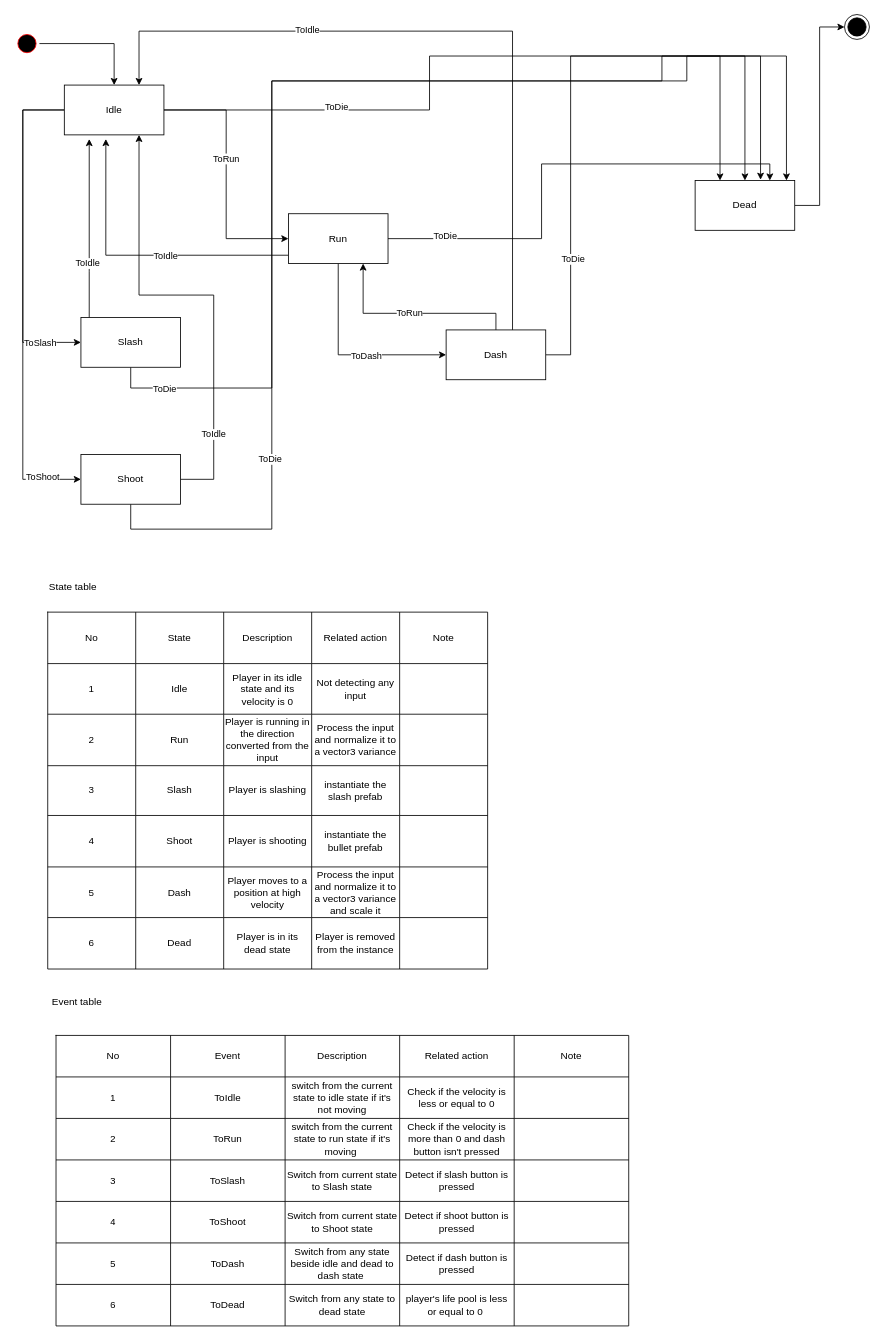
The draw.io diagram Documents/Player.drawio in asdqwe02/Project-NDC, before the edit. Source tidied: cells renumbered, new cells numbered last; positions are measured from the earlier drawing's top-left corner, leaving out a move shared by most shapes. Both pictures are drawn from the tidied source at 83%, with x=0, y=0 at pixel (14, 14).
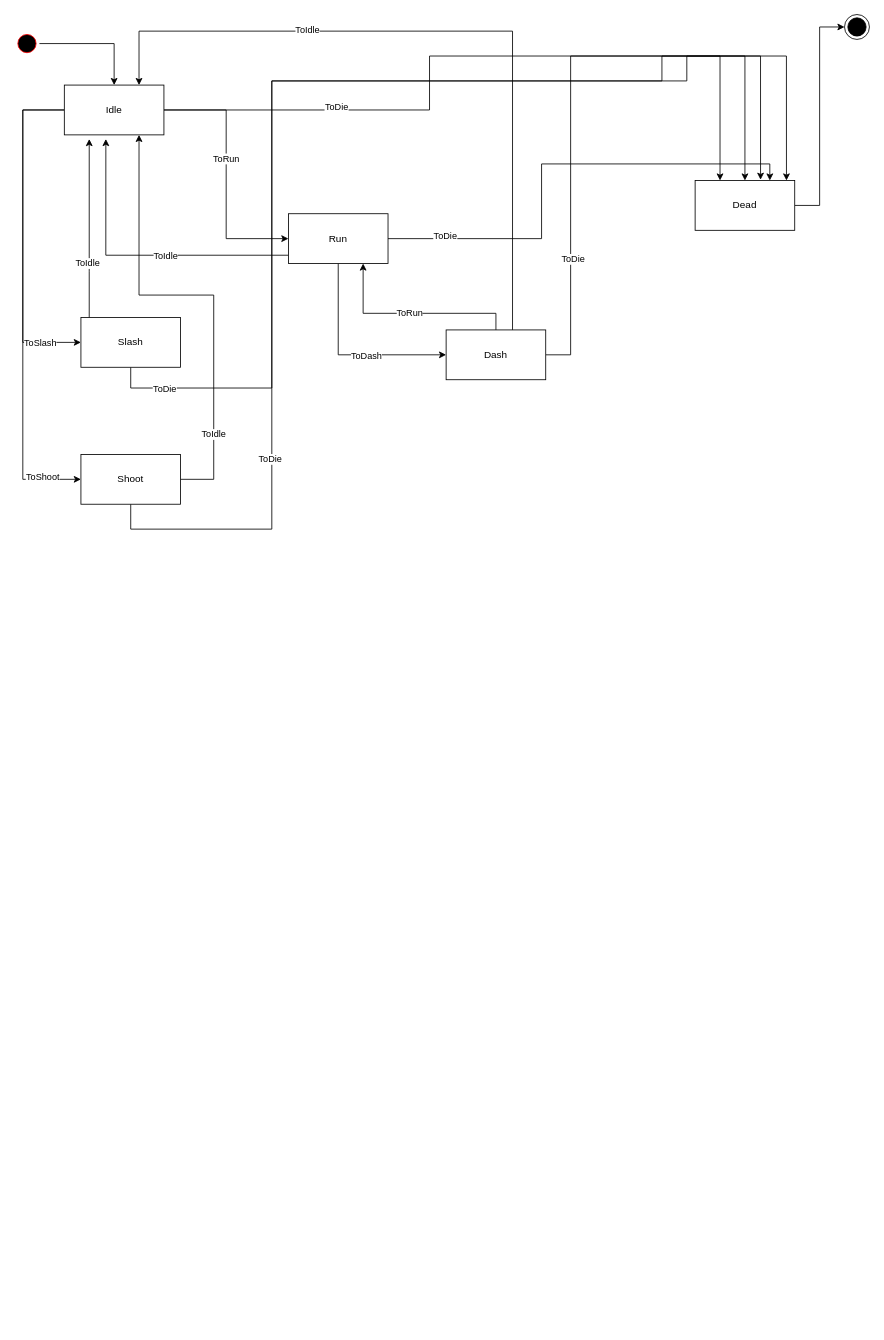
After the change.

What changed in the source:
```diff
@@
-    <mxCell id="40" style="shape=table;startSize=0;childLayout=tableLayout;" parent="1" vertex="1">
-      <mxGeometry x="40" y="720" width="530" height="430" as="geometry" />
-    </mxCell>
-    <mxCell id="41" style="shape=partialRectangle;fillColor=none;top=0;left=0;bottom=0;right=0;" parent="40" vertex="1">
-      <mxGeometry width="530" height="62" as="geometry" />
-    </mxCell>
-    <mxCell id="42" value="No" style="shape=partialRectangle;html=1;whiteSpace=wrap;overflow=hidden;fillColor=none;top=0;left=0;bottom=0;right=0;" parent="41" vertex="1">
-      <mxGeometry width="106" height="62" as="geometry" />
-    </mxCell>
-    <mxCell id="43" value="State" style="shape=partialRectangle;html=1;whiteSpace=wrap;overflow=hidden;fillColor=none;top=0;left=0;bottom=0;right=0;" parent="41" vertex="1">
-      <mxGeometry x="106" width="106" height="62" as="geometry" />
-    </mxCell>
-    <mxCell id="44" value="Description" style="shape=partialRectangle;html=1;whiteSpace=wrap;overflow=hidden;fillColor=none;top=0;left=0;bottom=0;right=0;" parent="41" vertex="1">
-      <mxGeometry x="212" width="106" height="62" as="geometry" />
-    </mxCell>
-    <mxCell id="45" value="Related action" style="shape=partialRectangle;html=1;whiteSpace=wrap;overflow=hidden;fillColor=none;top=0;left=0;bottom=0;right=0;" parent="41" vertex="1">
-      <mxGeometry x="318" width="106" height="62" as="geometry" />
-    </mxCell>
-    <mxCell id="46" value="Note" style="shape=partialRectangle;html=1;whiteSpace=wrap;overflow=hidden;fillColor=none;top=0;left=0;bottom=0;right=0;" parent="41" vertex="1">
-      <mxGeometry x="424" width="106" height="62" as="geometry" />
-    </mxCell>
-    <mxCell id="47" style="shape=partialRectangle;fillColor=none;top=0;left=0;bottom=0;right=0;" parent="40" vertex="1">
-      <mxGeometry y="62" width="530" height="61" as="geometry" />
-    </mxCell>
-    <mxCell id="48" value="1" style="shape=partialRectangle;html=1;whiteSpace=wrap;overflow=hidden;fillColor=none;top=0;left=0;bottom=0;right=0;" parent="47" vertex="1">
-      <mxGeometry width="106" height="61" as="geometry" />
-    </mxCell>
-    <mxCell id="49" value="Idle" style="shape=partialRectangle;html=1;whiteSpace=wrap;overflow=hidden;fillColor=none;top=0;left=0;bottom=0;right=0;" parent="47" vertex="1">
-      <mxGeometry x="106" width="106" height="61" as="geometry" />
-    </mxCell>
-    <mxCell id="50" value="Player in its idle state and its velocity is 0" style="shape=partialRectangle;html=1;whiteSpace=wrap;overflow=hidden;fillColor=none;top=0;left=0;bottom=0;right=0;" parent="47" vertex="1">
-      <mxGeometry x="212" width="106" height="61" as="geometry" />
-    </mxCell>
-    <mxCell id="51" value="Not detecting any input" style="shape=partialRectangle;html=1;whiteSpace=wrap;overflow=hidden;fillColor=none;top=0;left=0;bottom=0;right=0;" parent="47" vertex="1">
-      <mxGeometry x="318" width="106" height="61" as="geometry" />
-    </mxCell>
-    <mxCell id="52" style="shape=partialRectangle;html=1;whiteSpace=wrap;overflow=hidden;fillColor=none;top=0;left=0;bottom=0;right=0;" parent="47" vertex="1">
-      <mxGeometry x="424" width="106" height="61" as="geometry" />
-    </mxCell>
-    <mxCell id="53" style="shape=partialRectangle;fillColor=none;top=0;left=0;bottom=0;right=0;" parent="40" vertex="1">
-      <mxGeometry y="123" width="530" height="62" as="geometry" />
-    </mxCell>
-    <mxCell id="54" value="2" style="shape=partialRectangle;html=1;whiteSpace=wrap;overflow=hidden;fillColor=none;top=0;left=0;bottom=0;right=0;" parent="53" vertex="1">
-      <mxGeometry width="106" height="62" as="geometry" />
-    </mxCell>
-    <mxCell id="55" value="Run" style="shape=partialRectangle;html=1;whiteSpace=wrap;overflow=hidden;fillColor=none;top=0;left=0;bottom=0;right=0;" parent="53" vertex="1">
-      <mxGeometry x="106" width="106" height="62" as="geometry" />
-    </mxCell>
-    <mxCell id="56" value="Player is running in the direction converted from the input" style="shape=partialRectangle;html=1;whiteSpace=wrap;overflow=hidden;fillColor=none;top=0;left=0;bottom=0;right=0;" parent="53" vertex="1">
-      <mxGeometry x="212" width="106" height="62" as="geometry" />
-    </mxCell>
-    <mxCell id="57" value="Process the input and normalize it to a vector3 variance" style="shape=partialRectangle;html=1;whiteSpace=wrap;overflow=hidden;fillColor=none;top=0;left=0;bottom=0;right=0;" parent="53" vertex="1">
-      <mxGeometry x="318" width="106" height="62" as="geometry" />
-    </mxCell>
-    <mxCell id="58" style="shape=partialRectangle;html=1;whiteSpace=wrap;overflow=hidden;fillColor=none;top=0;left=0;bottom=0;right=0;" parent="53" vertex="1">
-      <mxGeometry x="424" width="106" height="62" as="geometry" />
-    </mxCell>
-    <mxCell id="59" style="shape=partialRectangle;fillColor=none;top=0;left=0;bottom=0;right=0;" parent="40" vertex="1">
-      <mxGeometry y="185" width="530" height="60" as="geometry" />
-    </mxCell>
-    <mxCell id="60" value="3" style="shape=partialRectangle;html=1;whiteSpace=wrap;overflow=hidden;fillColor=none;top=0;left=0;bottom=0;right=0;" parent="59" vertex="1">
-      <mxGeometry width="106" height="60" as="geometry" />
-    </mxCell>
-    <mxCell id="61" value="Slash" style="shape=partialRectangle;html=1;whiteSpace=wrap;overflow=hidden;fillColor=none;top=0;left=0;bottom=0;right=0;" parent="59" vertex="1">
-      <mxGeometry x="106" width="106" height="60" as="geometry" />
-    </mxCell>
-    <mxCell id="62" value="Player is slashing" style="shape=partialRectangle;html=1;whiteSpace=wrap;overflow=hidden;fillColor=none;top=0;left=0;bottom=0;right=0;" parent="59" vertex="1">
-      <mxGeometry x="212" width="106" height="60" as="geometry" />
-    </mxCell>
-    <mxCell id="63" value="instantiate the slash prefab" style="shape=partialRectangle;html=1;whiteSpace=wrap;overflow=hidden;fillColor=none;top=0;left=0;bottom=0;right=0;" parent="59" vertex="1">
-      <mxGeometry x="318" width="106" height="60" as="geometry" />
-    </mxCell>
-    <mxCell id="64" style="shape=partialRectangle;html=1;whiteSpace=wrap;overflow=hidden;fillColor=none;top=0;left=0;bottom=0;right=0;" parent="59" vertex="1">
-      <mxGeometry x="424" width="106" height="60" as="geometry" />
-    </mxCell>
-    <mxCell id="65" style="shape=partialRectangle;fillColor=none;top=0;left=0;bottom=0;right=0;" parent="40" vertex="1">
-      <mxGeometry y="245" width="530" height="62" as="geometry" />
-    </mxCell>
-    <mxCell id="66" value="4" style="shape=partialRectangle;html=1;whiteSpace=wrap;overflow=hidden;fillColor=none;top=0;left=0;bottom=0;right=0;" parent="65" vertex="1">
-      <mxGeometry width="106" height="62" as="geometry" />
-    </mxCell>
-    <mxCell id="67" value="Shoot" style="shape=partialRectangle;html=1;whiteSpace=wrap;overflow=hidden;fillColor=none;top=0;left=0;bottom=0;right=0;" parent="65" vertex="1">
-      <mxGeometry x="106" width="106" height="62" as="geometry" />
-    </mxCell>
-    <mxCell id="68" value="Player is shooting" style="shape=partialRectangle;html=1;whiteSpace=wrap;overflow=hidden;fillColor=none;top=0;left=0;bottom=0;right=0;" parent="65" vertex="1">
-      <mxGeometry x="212" width="106" height="62" as="geometry" />
-    </mxCell>
-    <mxCell id="69" value="&lt;span&gt;instantiate the bullet prefab&lt;/span&gt;" style="shape=partialRectangle;html=1;whiteSpace=wrap;overflow=hidden;fillColor=none;top=0;left=0;bottom=0;right=0;" parent="65" vertex="1">
-      <mxGeometry x="318" width="106" height="62" as="geometry" />
-    </mxCell>
-    <mxCell id="70" style="shape=partialRectangle;html=1;whiteSpace=wrap;overflow=hidden;fillColor=none;top=0;left=0;bottom=0;right=0;" parent="65" vertex="1">
-      <mxGeometry x="424" width="106" height="62" as="geometry" />
-    </mxCell>
-    <mxCell id="71" style="shape=partialRectangle;fillColor=none;top=0;left=0;bottom=0;right=0;" parent="40" vertex="1">
-      <mxGeometry y="307" width="530" height="61" as="geometry" />
-    </mxCell>
-    <mxCell id="72" value="5" style="shape=partialRectangle;html=1;whiteSpace=wrap;overflow=hidden;fillColor=none;top=0;left=0;bottom=0;right=0;" parent="71" vertex="1">
-      <mxGeometry width="106" height="61" as="geometry" />
-    </mxCell>
-    <mxCell id="73" value="Dash" style="shape=partialRectangle;html=1;whiteSpace=wrap;overflow=hidden;fillColor=none;top=0;left=0;bottom=0;right=0;" parent="71" vertex="1">
-      <mxGeometry x="106" width="106" height="61" as="geometry" />
-    </mxCell>
-    <mxCell id="74" value="Player moves to a position at high velocity" style="shape=partialRectangle;html=1;whiteSpace=wrap;overflow=hidden;fillColor=none;top=0;left=0;bottom=0;right=0;" parent="71" vertex="1">
-      <mxGeometry x="212" width="106" height="61" as="geometry" />
-    </mxCell>
-    <mxCell id="75" value="&lt;span&gt;Process the input and normalize it to a vector3 variance and scale it&lt;/span&gt;" style="shape=partialRectangle;html=1;whiteSpace=wrap;overflow=hidden;fillColor=none;top=0;left=0;bottom=0;right=0;" parent="71" vertex="1">
-      <mxGeometry x="318" width="106" height="61" as="geometry" />
-    </mxCell>
-    <mxCell id="76" style="shape=partialRectangle;html=1;whiteSpace=wrap;overflow=hidden;fillColor=none;top=0;left=0;bottom=0;right=0;" parent="71" vertex="1">
-      <mxGeometry x="424" width="106" height="61" as="geometry" />
-    </mxCell>
-    <mxCell id="77" style="shape=partialRectangle;fillColor=none;top=0;left=0;bottom=0;right=0;" parent="40" vertex="1">
-      <mxGeometry y="368" width="530" height="62" as="geometry" />
-    </mxCell>
-    <mxCell id="78" value="6" style="shape=partialRectangle;html=1;whiteSpace=wrap;overflow=hidden;fillColor=none;top=0;left=0;bottom=0;right=0;" parent="77" vertex="1">
-      <mxGeometry width="106" height="62" as="geometry" />
-    </mxCell>
-    <mxCell id="79" value="Dead" style="shape=partialRectangle;html=1;whiteSpace=wrap;overflow=hidden;fillColor=none;top=0;left=0;bottom=0;right=0;" parent="77" vertex="1">
-      <mxGeometry x="106" width="106" height="62" as="geometry" />
-    </mxCell>
-    <mxCell id="80" value="Player is in its dead state" style="shape=partialRectangle;html=1;whiteSpace=wrap;overflow=hidden;fillColor=none;top=0;left=0;bottom=0;right=0;" parent="77" vertex="1">
-      <mxGeometry x="212" width="106" height="62" as="geometry" />
-    </mxCell>
-    <mxCell id="81" value="Player is removed from the instance" style="shape=partialRectangle;html=1;whiteSpace=wrap;overflow=hidden;fillColor=none;top=0;left=0;bottom=0;right=0;" parent="77" vertex="1">
-      <mxGeometry x="318" width="106" height="62" as="geometry" />
-    </mxCell>
-    <mxCell id="82" style="shape=partialRectangle;html=1;whiteSpace=wrap;overflow=hidden;fillColor=none;top=0;left=0;bottom=0;right=0;" parent="77" vertex="1">
-      <mxGeometry x="424" width="106" height="62" as="geometry" />
-    </mxCell>
-    <mxCell id="83" style="shape=table;startSize=0;childLayout=tableLayout;" parent="1" vertex="1">
-      <mxGeometry x="50" y="1230" width="690" height="350" as="geometry" />
-    </mxCell>
-    <mxCell id="84" style="shape=partialRectangle;fillColor=none;top=0;left=0;bottom=0;right=0;" parent="83" vertex="1">
-      <mxGeometry width="690" height="50" as="geometry" />
-    </mxCell>
-    <mxCell id="85" value="&lt;span&gt;No&lt;/span&gt;" style="shape=partialRectangle;html=1;whiteSpace=wrap;overflow=hidden;fillColor=none;top=0;left=0;bottom=0;right=0;" parent="84" vertex="1">
-      <mxGeometry width="138" height="50" as="geometry" />
-    </mxCell>
-    <mxCell id="86" value="Event" style="shape=partialRectangle;html=1;whiteSpace=wrap;overflow=hidden;fillColor=none;top=0;left=0;bottom=0;right=0;" parent="84" vertex="1">
-      <mxGeometry x="138" width="138" height="50" as="geometry" />
-    </mxCell>
-    <mxCell id="87" value="&lt;span&gt;Description&lt;/span&gt;" style="shape=partialRectangle;html=1;whiteSpace=wrap;overflow=hidden;fillColor=none;top=0;left=0;bottom=0;right=0;" parent="84" vertex="1">
-      <mxGeometry x="276" width="138" height="50" as="geometry" />
-    </mxCell>
-    <mxCell id="88" value="&lt;span&gt;Related action&lt;/span&gt;" style="shape=partialRectangle;html=1;whiteSpace=wrap;overflow=hidden;fillColor=none;top=0;left=0;bottom=0;right=0;" parent="84" vertex="1">
-      <mxGeometry x="414" width="138" height="50" as="geometry" />
-    </mxCell>
-    <mxCell id="89" value="&lt;span&gt;Note&lt;/span&gt;" style="shape=partialRectangle;html=1;whiteSpace=wrap;overflow=hidden;fillColor=none;top=0;left=0;bottom=0;right=0;" parent="84" vertex="1">
-      <mxGeometry x="552" width="138" height="50" as="geometry" />
-    </mxCell>
-    <mxCell id="90" style="shape=partialRectangle;fillColor=none;top=0;left=0;bottom=0;right=0;" parent="83" vertex="1">
-      <mxGeometry y="50" width="690" height="50" as="geometry" />
-    </mxCell>
-    <mxCell id="91" value="1" style="shape=partialRectangle;html=1;whiteSpace=wrap;overflow=hidden;fillColor=none;top=0;left=0;bottom=0;right=0;" parent="90" vertex="1">
-      <mxGeometry width="138" height="50" as="geometry" />
-    </mxCell>
-    <mxCell id="92" value="ToIdle" style="shape=partialRectangle;html=1;whiteSpace=wrap;overflow=hidden;fillColor=none;top=0;left=0;bottom=0;right=0;" parent="90" vertex="1">
-      <mxGeometry x="138" width="138" height="50" as="geometry" />
-    </mxCell>
-    <mxCell id="93" value="switch from the current state to idle state if it's not moving" style="shape=partialRectangle;html=1;whiteSpace=wrap;overflow=hidden;fillColor=none;top=0;left=0;bottom=0;right=0;" parent="90" vertex="1">
-      <mxGeometry x="276" width="138" height="50" as="geometry" />
-    </mxCell>
-    <mxCell id="94" value="Check if the velocity is less or equal to 0" style="shape=partialRectangle;html=1;whiteSpace=wrap;overflow=hidden;fillColor=none;top=0;left=0;bottom=0;right=0;" parent="90" vertex="1">
-      <mxGeometry x="414" width="138" height="50" as="geometry" />
-    </mxCell>
-    <mxCell id="95" style="shape=partialRectangle;html=1;whiteSpace=wrap;overflow=hidden;fillColor=none;top=0;left=0;bottom=0;right=0;" parent="90" vertex="1">
-      <mxGeometry x="552" width="138" height="50" as="geometry" />
-    </mxCell>
-    <mxCell id="96" style="shape=partialRectangle;fillColor=none;top=0;left=0;bottom=0;right=0;" parent="83" vertex="1">
-      <mxGeometry y="100" width="690" height="50" as="geometry" />
-    </mxCell>
-    <mxCell id="97" value="2" style="shape=partialRectangle;html=1;whiteSpace=wrap;overflow=hidden;fillColor=none;top=0;left=0;bottom=0;right=0;" parent="96" vertex="1">
-      <mxGeometry width="138" height="50" as="geometry" />
-    </mxCell>
-    <mxCell id="98" value="ToRun" style="shape=partialRectangle;html=1;whiteSpace=wrap;overflow=hidden;fillColor=none;top=0;left=0;bottom=0;right=0;" parent="96" vertex="1">
-      <mxGeometry x="138" width="138" height="50" as="geometry" />
-    </mxCell>
-    <mxCell id="99" value="&lt;span&gt;switch from the current state to run state if it's moving&amp;nbsp;&lt;/span&gt;" style="shape=partialRectangle;html=1;whiteSpace=wrap;overflow=hidden;fillColor=none;top=0;left=0;bottom=0;right=0;" parent="96" vertex="1">
-      <mxGeometry x="276" width="138" height="50" as="geometry" />
-    </mxCell>
-    <mxCell id="100" value="&lt;span&gt;Check if the velocity is more than 0 and dash button isn't pressed&lt;/span&gt;" style="shape=partialRectangle;html=1;whiteSpace=wrap;overflow=hidden;fillColor=none;top=0;left=0;bottom=0;right=0;" parent="96" vertex="1">
-      <mxGeometry x="414" width="138" height="50" as="geometry" />
-    </mxCell>
-    <mxCell id="101" style="shape=partialRectangle;html=1;whiteSpace=wrap;overflow=hidden;fillColor=none;top=0;left=0;bottom=0;right=0;" parent="96" vertex="1">
-      <mxGeometry x="552" width="138" height="50" as="geometry" />
-    </mxCell>
-    <mxCell id="102" style="shape=partialRectangle;fillColor=none;top=0;left=0;bottom=0;right=0;" parent="83" vertex="1">
-      <mxGeometry y="150" width="690" height="50" as="geometry" />
-    </mxCell>
-    <mxCell id="103" value="3" style="shape=partialRectangle;html=1;whiteSpace=wrap;overflow=hidden;fillColor=none;top=0;left=0;bottom=0;right=0;" parent="102" vertex="1">
-      <mxGeometry width="138" height="50" as="geometry" />
-    </mxCell>
-    <mxCell id="104" value="ToSlash" style="shape=partialRectangle;html=1;whiteSpace=wrap;overflow=hidden;fillColor=none;top=0;left=0;bottom=0;right=0;" parent="102" vertex="1">
-      <mxGeometry x="138" width="138" height="50" as="geometry" />
-    </mxCell>
-    <mxCell id="105" value="Switch from current state to Slash state" style="shape=partialRectangle;html=1;whiteSpace=wrap;overflow=hidden;fillColor=none;top=0;left=0;bottom=0;right=0;" parent="102" vertex="1">
-      <mxGeometry x="276" width="138" height="50" as="geometry" />
-    </mxCell>
-    <mxCell id="106" value="Detect if slash button is pressed" style="shape=partialRectangle;html=1;whiteSpace=wrap;overflow=hidden;fillColor=none;top=0;left=0;bottom=0;right=0;" parent="102" vertex="1">
-      <mxGeometry x="414" width="138" height="50" as="geometry" />
-    </mxCell>
-    <mxCell id="107" style="shape=partialRectangle;html=1;whiteSpace=wrap;overflow=hidden;fillColor=none;top=0;left=0;bottom=0;right=0;" parent="102" vertex="1">
-      <mxGeometry x="552" width="138" height="50" as="geometry" />
-    </mxCell>
-    <mxCell id="108" style="shape=partialRectangle;fillColor=none;top=0;left=0;bottom=0;right=0;" parent="83" vertex="1">
-      <mxGeometry y="200" width="690" height="50" as="geometry" />
-    </mxCell>
-    <mxCell id="109" value="4" style="shape=partialRectangle;html=1;whiteSpace=wrap;overflow=hidden;fillColor=none;top=0;left=0;bottom=0;right=0;" parent="108" vertex="1">
-      <mxGeometry width="138" height="50" as="geometry" />
-    </mxCell>
-    <mxCell id="110" value="ToShoot" style="shape=partialRectangle;html=1;whiteSpace=wrap;overflow=hidden;fillColor=none;top=0;left=0;bottom=0;right=0;" parent="108" vertex="1">
-      <mxGeometry x="138" width="138" height="50" as="geometry" />
-    </mxCell>
-    <mxCell id="111" value="&lt;span&gt;Switch from current state to Shoot state&lt;/span&gt;" style="shape=partialRectangle;html=1;whiteSpace=wrap;overflow=hidden;fillColor=none;top=0;left=0;bottom=0;right=0;" parent="108" vertex="1">
-      <mxGeometry x="276" width="138" height="50" as="geometry" />
-    </mxCell>
-    <mxCell id="112" value="&lt;span&gt;Detect if shoot button is pressed&lt;/span&gt;" style="shape=partialRectangle;html=1;whiteSpace=wrap;overflow=hidden;fillColor=none;top=0;left=0;bottom=0;right=0;" parent="108" vertex="1">
-      <mxGeometry x="414" width="138" height="50" as="geometry" />
-    </mxCell>
-    <mxCell id="113" style="shape=partialRectangle;html=1;whiteSpace=wrap;overflow=hidden;fillColor=none;top=0;left=0;bottom=0;right=0;" parent="108" vertex="1">
-      <mxGeometry x="552" width="138" height="50" as="geometry" />
-    </mxCell>
-    <mxCell id="114" style="shape=partialRectangle;fillColor=none;top=0;left=0;bottom=0;right=0;" parent="83" vertex="1">
-      <mxGeometry y="250" width="690" height="50" as="geometry" />
-    </mxCell>
-    <mxCell id="115" value="5" style="shape=partialRectangle;html=1;whiteSpace=wrap;overflow=hidden;fillColor=none;top=0;left=0;bottom=0;right=0;" parent="114" vertex="1">
-      <mxGeometry width="138" height="50" as="geometry" />
-    </mxCell>
-    <mxCell id="116" value="ToDash" style="shape=partialRectangle;html=1;whiteSpace=wrap;overflow=hidden;fillColor=none;top=0;left=0;bottom=0;right=0;" parent="114" vertex="1">
-      <mxGeometry x="138" width="138" height="50" as="geometry" />
-    </mxCell>
-    <mxCell id="117" value="Switch from any state beside idle and dead to dash state&amp;nbsp;" style="shape=partialRectangle;html=1;whiteSpace=wrap;overflow=hidden;fillColor=none;top=0;left=0;bottom=0;right=0;" parent="114" vertex="1">
-      <mxGeometry x="276" width="138" height="50" as="geometry" />
-    </mxCell>
-    <mxCell id="118" value="Detect if dash button is pressed" style="shape=partialRectangle;html=1;whiteSpace=wrap;overflow=hidden;fillColor=none;top=0;left=0;bottom=0;right=0;" parent="114" vertex="1">
-      <mxGeometry x="414" width="138" height="50" as="geometry" />
-    </mxCell>
-    <mxCell id="119" style="shape=partialRectangle;html=1;whiteSpace=wrap;overflow=hidden;fillColor=none;top=0;left=0;bottom=0;right=0;" parent="114" vertex="1">
-      <mxGeometry x="552" width="138" height="50" as="geometry" />
-    </mxCell>
-    <mxCell id="120" style="shape=partialRectangle;fillColor=none;top=0;left=0;bottom=0;right=0;" parent="83" vertex="1">
-      <mxGeometry y="300" width="690" height="50" as="geometry" />
-    </mxCell>
-    <mxCell id="121" value="6" style="shape=partialRectangle;html=1;whiteSpace=wrap;overflow=hidden;fillColor=none;top=0;left=0;bottom=0;right=0;" parent="120" vertex="1">
-      <mxGeometry width="138" height="50" as="geometry" />
-    </mxCell>
-    <mxCell id="122" value="ToDead" style="shape=partialRectangle;html=1;whiteSpace=wrap;overflow=hidden;fillColor=none;top=0;left=0;bottom=0;right=0;" parent="120" vertex="1">
-      <mxGeometry x="138" width="138" height="50" as="geometry" />
-    </mxCell>
-    <mxCell id="123" value="Switch from any state to dead state" style="shape=partialRectangle;html=1;whiteSpace=wrap;overflow=hidden;fillColor=none;top=0;left=0;bottom=0;right=0;" parent="120" vertex="1">
-      <mxGeometry x="276" width="138" height="50" as="geometry" />
-    </mxCell>
-    <mxCell id="124" value="player's life pool is less or equal to 0&amp;nbsp;" style="shape=partialRectangle;html=1;whiteSpace=wrap;overflow=hidden;fillColor=none;top=0;left=0;bottom=0;right=0;" parent="120" vertex="1">
-      <mxGeometry x="414" width="138" height="50" as="geometry" />
-    </mxCell>
-    <mxCell id="125" style="shape=partialRectangle;html=1;whiteSpace=wrap;overflow=hidden;fillColor=none;top=0;left=0;bottom=0;right=0;" parent="120" vertex="1">
-      <mxGeometry x="552" width="138" height="50" as="geometry" />
-    </mxCell>
-    <mxCell id="126" value="State table" style="text;html=1;align=center;verticalAlign=middle;strokeColor=none;fillColor=none;" parent="1" vertex="1">
-      <mxGeometry x="35" y="680" width="70" height="20" as="geometry" />
-    </mxCell>
-    <mxCell id="127" value="Event table" style="text;html=1;align=center;verticalAlign=middle;strokeColor=none;fillColor=none;" parent="1" vertex="1">
-      <mxGeometry x="35" y="1180" width="80" height="20" as="geometry" />
-    </mxCell>
```
